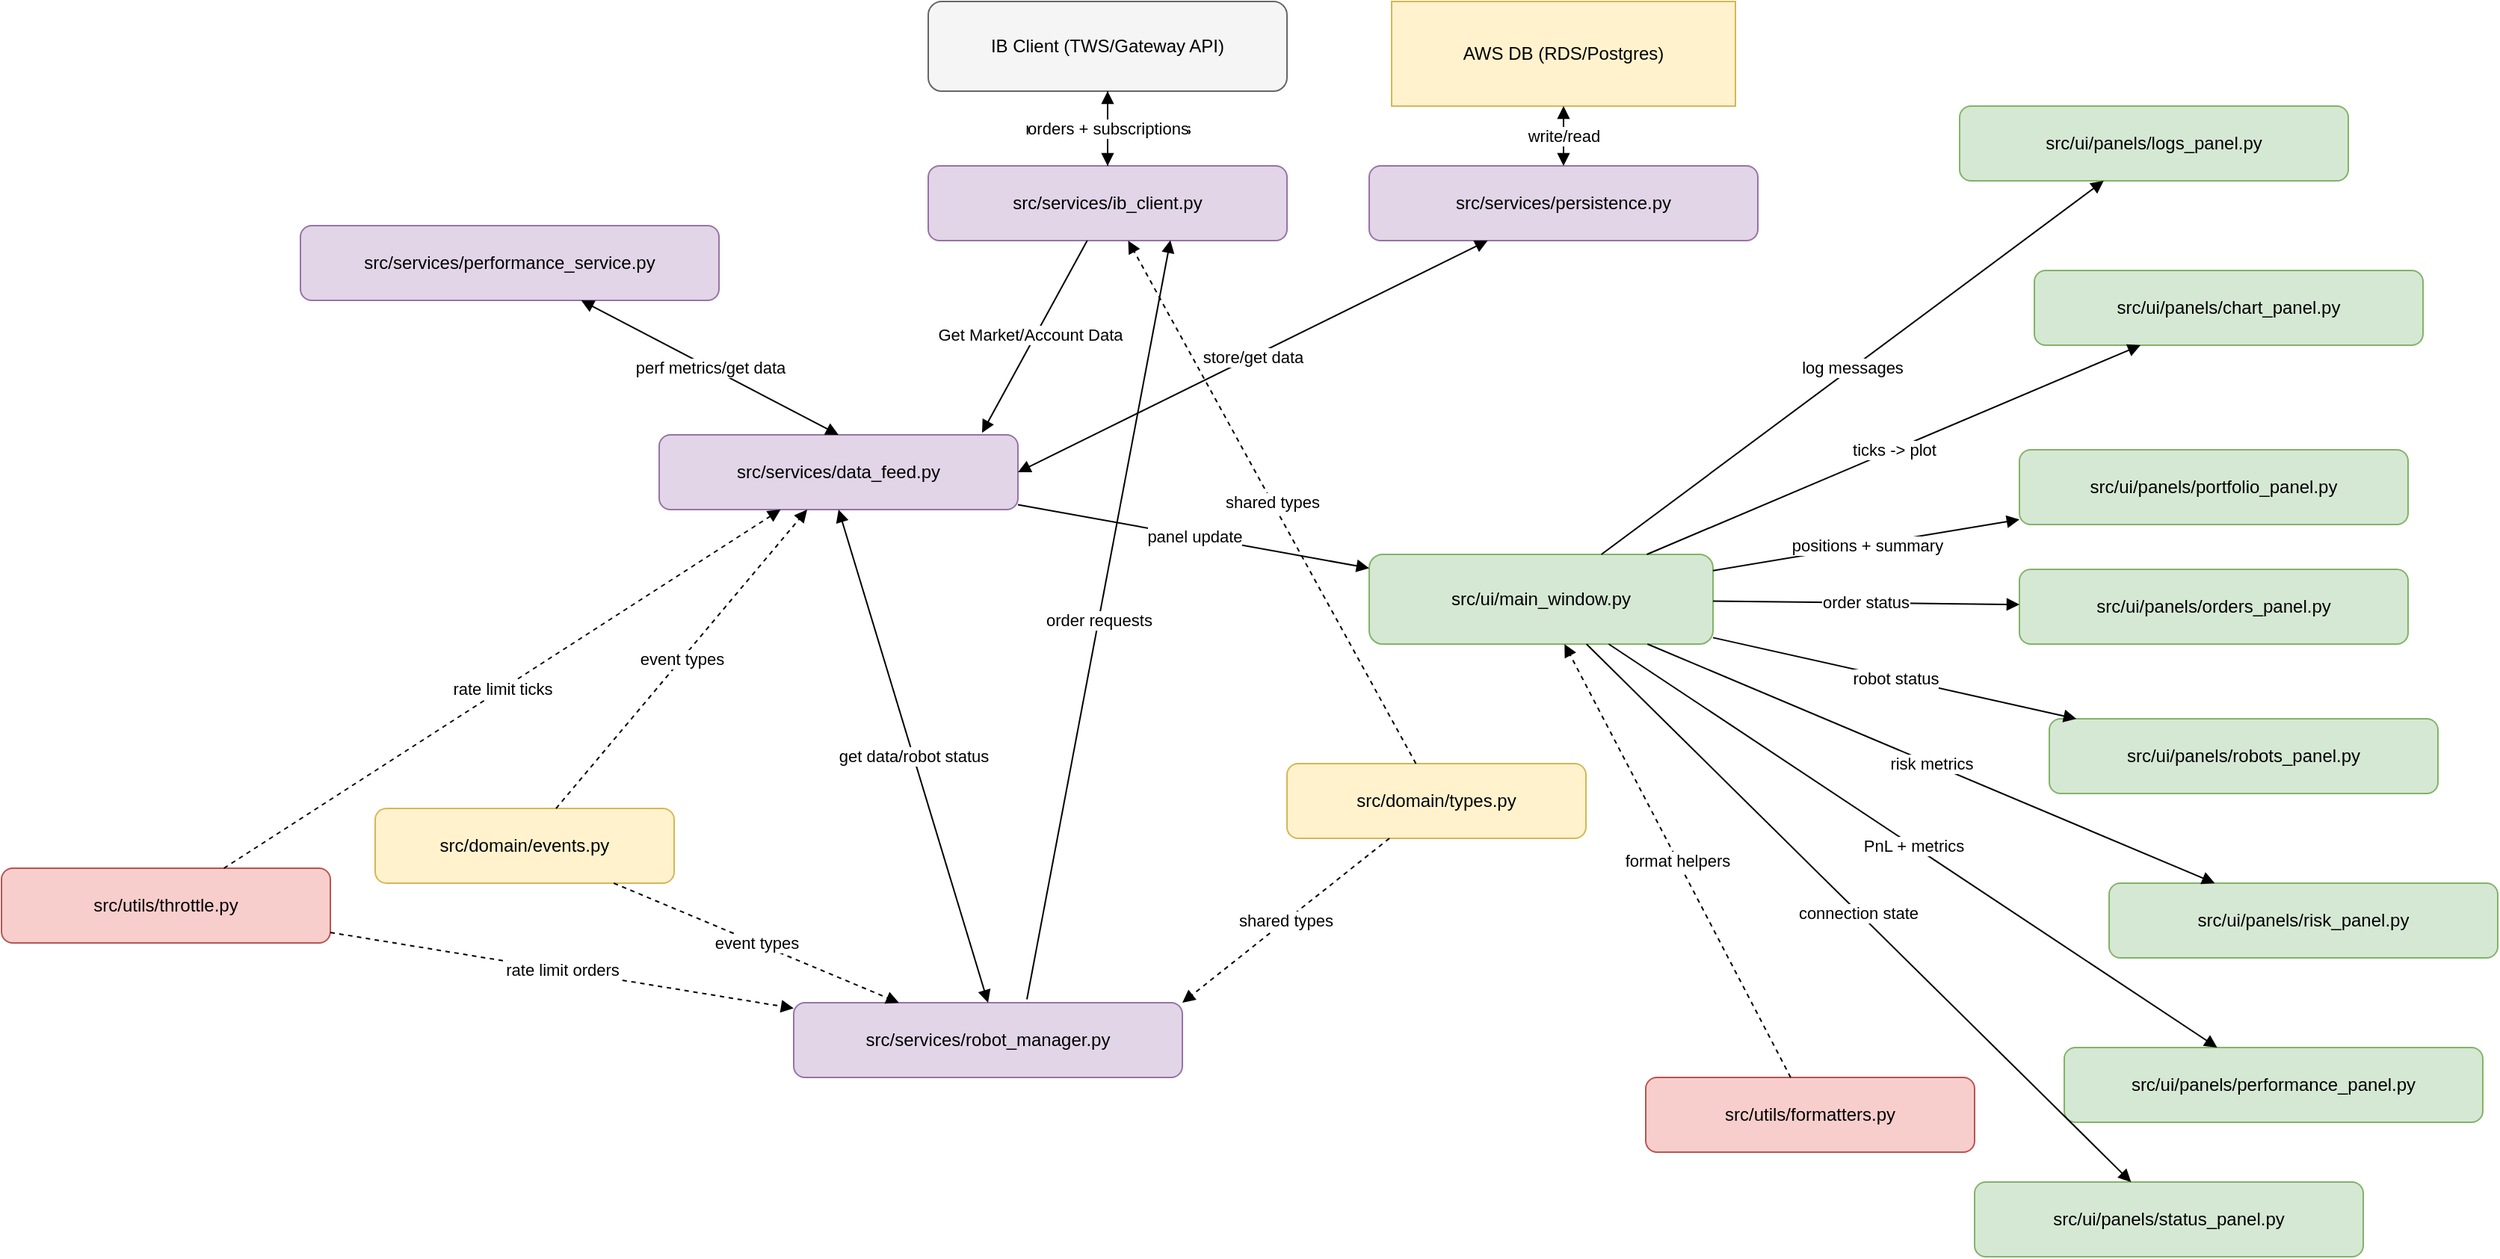
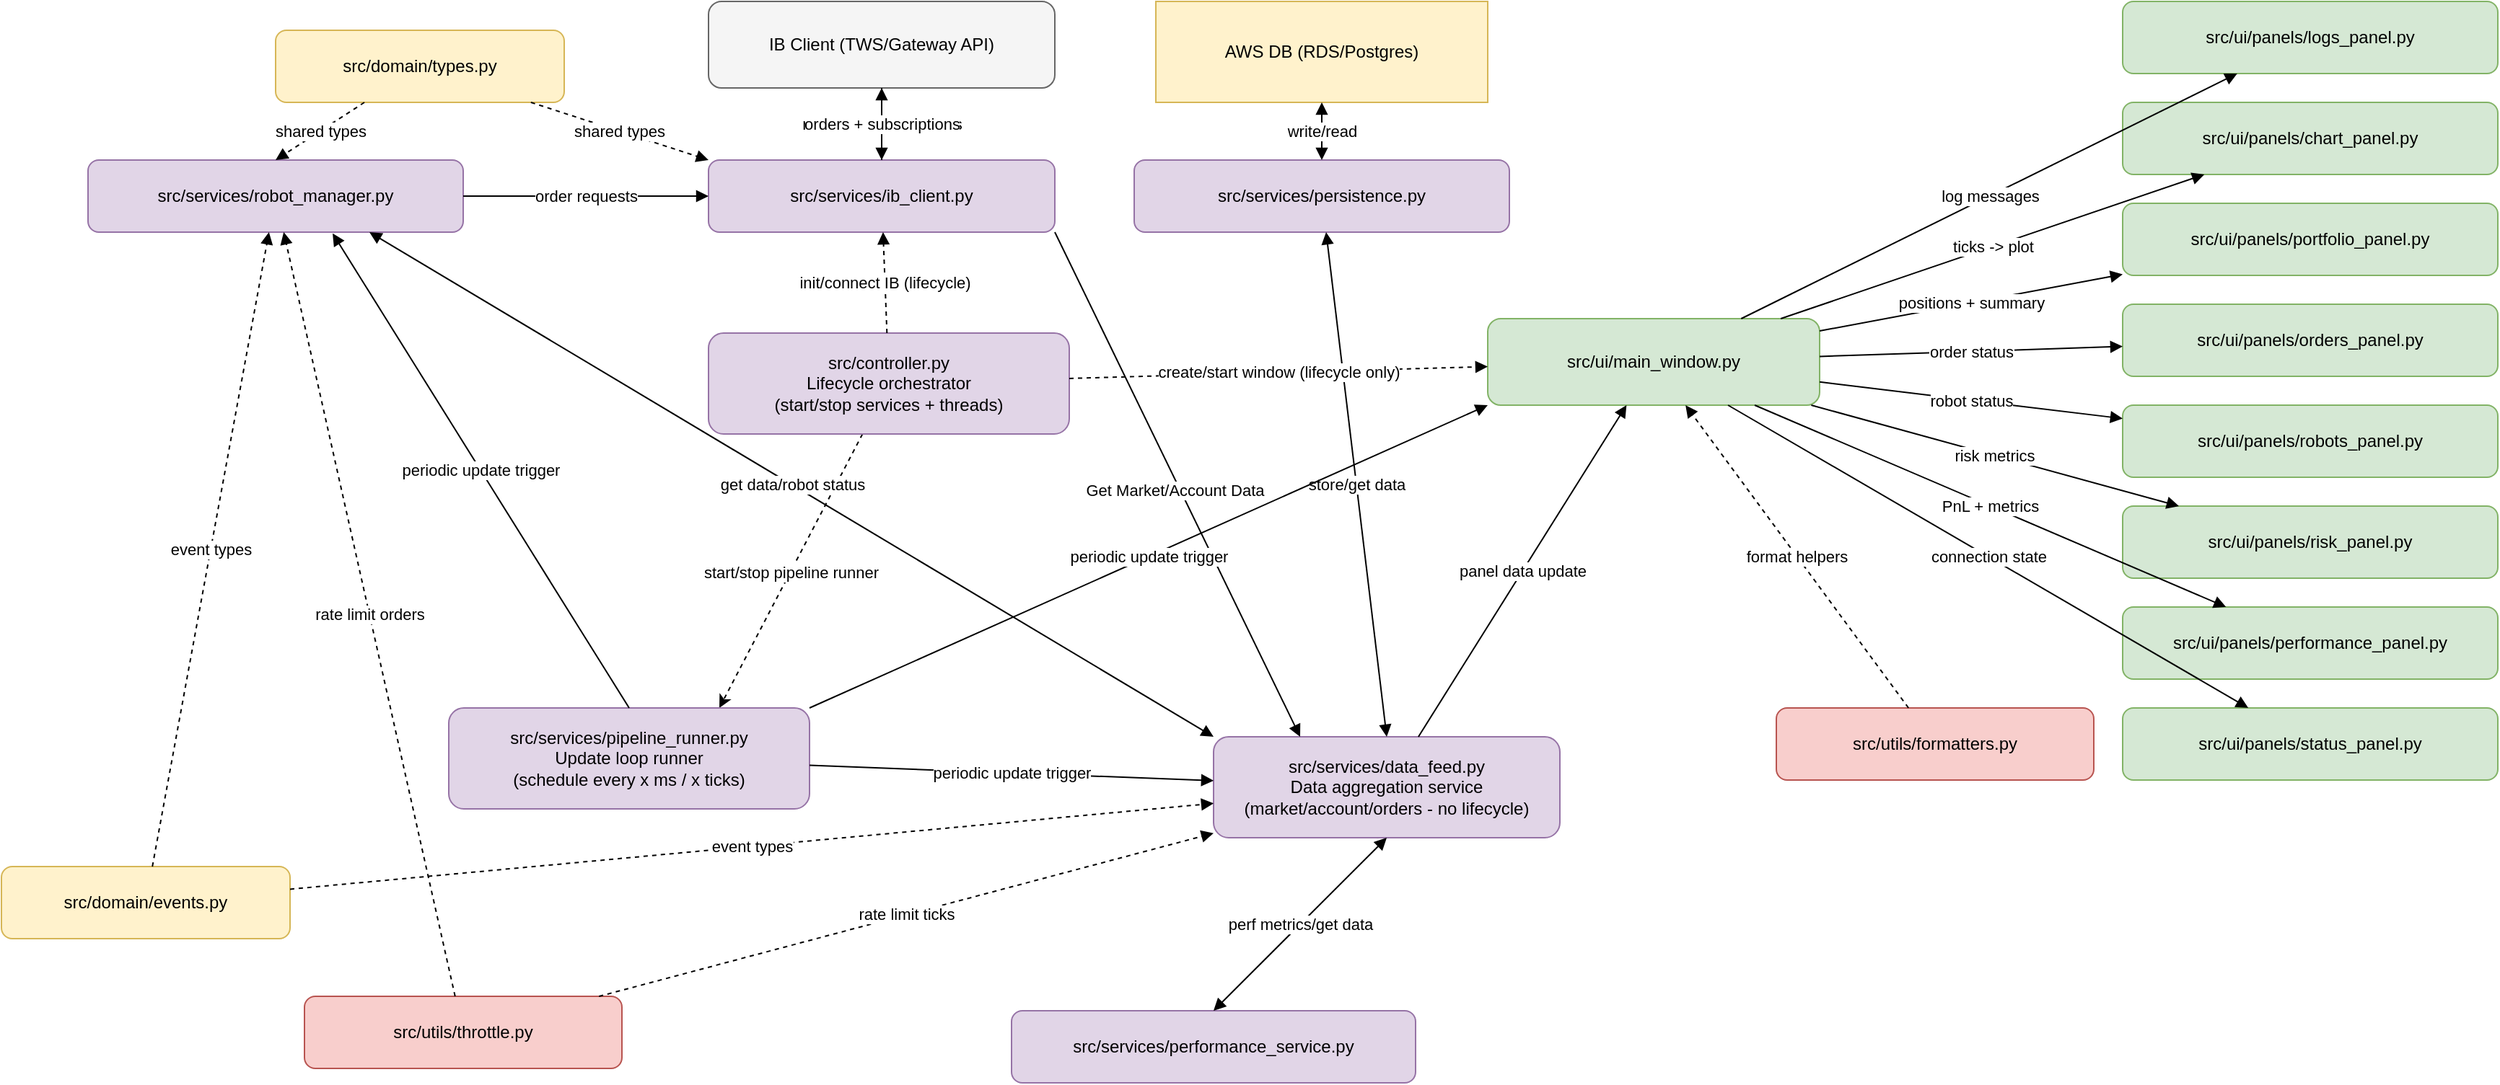
- <mxfile host="drawio-plugin" modified="2026-02-15T15:07:33.484Z" agent="Mozilla/5.0 (Windows NT 10.0; Win64; x64) AppleWebKit/537.36 (KHTML, like Gecko) Chrome/137.0.0.0 Safari/537.36" etag="xHz2d4mwzTQiwH0b1P23" version="22.1.22" type="embed">
+ ﻿<mxfile host="drawio-plugin" modified="2026-02-17T15:56:36.078Z" agent="Mozilla/5.0 (Windows NT 10.0; Win64; x64) AppleWebKit/537.36 (KHTML, like Gecko) Chrome/137.0.0.0 Safari/537.36" etag="17HLr8cwMhXqMvHtSmta" version="22.1.22" type="embed">
  <diagram id="dataflow-live" name="Live Trading Dataflow">
-     <mxGraphModel dx="2598" dy="914" grid="1" gridSize="10" guides="1" tooltips="1" connect="1" arrows="1" fold="1" page="1" pageScale="1" pageWidth="1600" pageHeight="900" math="0" shadow="0">
+     <mxGraphModel dx="2838" dy="914" grid="1" gridSize="10" guides="1" tooltips="1" connect="1" arrows="1" fold="1" page="1" pageScale="1" pageWidth="1600" pageHeight="900" math="0" shadow="0">
      <root>
        <mxCell id="0" />
        <mxCell id="1" parent="0" />
        <mxCell id="ui_main" value="src/ui/main_window.py" style="rounded=1;whiteSpace=wrap;html=1;fillColor=#d5e8d4;strokeColor=#82b366;" parent="1" vertex="1">
-           <mxGeometry x="655" y="370" width="230" height="60" as="geometry" />
+           <mxGeometry x="900" y="220" width="230" height="60" as="geometry" />
        </mxCell>
        <mxCell id="domain_events" value="src/domain/events.py" style="rounded=1;whiteSpace=wrap;html=1;fillColor=#fff2cc;strokeColor=#d6b656;" parent="1" vertex="1">
-           <mxGeometry x="-10" y="540" width="200" height="50" as="geometry" />
+           <mxGeometry x="-130" y="600" width="200" height="50" as="geometry" />
        </mxCell>
        <mxCell id="domain_types" value="src/domain/types.py" style="rounded=1;whiteSpace=wrap;html=1;fillColor=#fff2cc;strokeColor=#d6b656;" parent="1" vertex="1">
-           <mxGeometry x="600" y="510" width="200" height="50" as="geometry" />
+           <mxGeometry x="60" y="20" width="200" height="50" as="geometry" />
        </mxCell>
        <mxCell id="utils_formatters" value="src/utils/formatters.py" style="rounded=1;whiteSpace=wrap;html=1;fillColor=#f8cecc;strokeColor=#b85450;" parent="1" vertex="1">
-           <mxGeometry x="840" y="720" width="220" height="50" as="geometry" />
+           <mxGeometry x="1100" y="490" width="220" height="50" as="geometry" />
        </mxCell>
        <mxCell id="utils_throttle" value="src/utils/throttle.py" style="rounded=1;whiteSpace=wrap;html=1;fillColor=#f8cecc;strokeColor=#b85450;" parent="1" vertex="1">
-           <mxGeometry x="-260" y="580" width="220" height="50" as="geometry" />
+           <mxGeometry x="80" y="690" width="220" height="50" as="geometry" />
        </mxCell>
        <mxCell id="svc_ib_client" value="src/services/ib_client.py" style="rounded=1;whiteSpace=wrap;html=1;fillColor=#e1d5e7;strokeColor=#9673a6;" parent="1" vertex="1">
          <mxGeometry x="360" y="110" width="240" height="50" as="geometry" />
        </mxCell>
-         <mxCell id="svc_data_feed" value="src/services/data_feed.py" style="rounded=1;whiteSpace=wrap;html=1;fillColor=#e1d5e7;strokeColor=#9673a6;" parent="1" vertex="1">
-           <mxGeometry x="180" y="290" width="240" height="50" as="geometry" />
+         <mxCell id="7" style="rounded=0;orthogonalLoop=1;jettySize=auto;html=1;entryX=0.75;entryY=0;entryDx=0;entryDy=0;dashed=1;" parent="1" source="svc_controller" target="svc_pipeline_runner" edge="1">
+           <mxGeometry relative="1" as="geometry" />
+         </mxCell>
+         <mxCell id="8" value="start/stop pipeline runner" style="edgeLabel;html=1;align=center;verticalAlign=middle;resizable=0;points=[];" parent="7" vertex="1" connectable="0">
+           <mxGeometry x="0.0117" relative="1" as="geometry">
+             <mxPoint as="offset" />
+           </mxGeometry>
+         </mxCell>
+         <mxCell id="svc_data_feed" value="src/services/data_feed.py&lt;br&gt;Data aggregation service&lt;br&gt;(market/account/orders - no lifecycle)" style="rounded=1;whiteSpace=wrap;html=1;fillColor=#e1d5e7;strokeColor=#9673a6;" parent="1" vertex="1">
+           <mxGeometry x="710" y="510" width="240" height="70" as="geometry" />
        </mxCell>
        <mxCell id="svc_robot_mgr" value="src/services/robot_manager.py" style="rounded=1;whiteSpace=wrap;html=1;fillColor=#e1d5e7;strokeColor=#9673a6;" parent="1" vertex="1">
-           <mxGeometry x="270" y="670" width="260" height="50" as="geometry" />
+           <mxGeometry x="-70" y="110" width="260" height="50" as="geometry" />
        </mxCell>
        <mxCell id="svc_persistence" value="src/services/persistence.py" style="rounded=1;whiteSpace=wrap;html=1;fillColor=#e1d5e7;strokeColor=#9673a6;" parent="1" vertex="1">
          <mxGeometry x="655" y="110" width="260" height="50" as="geometry" />
        </mxCell>
        <mxCell id="svc_perf" value="src/services/performance_service.py" style="rounded=1;whiteSpace=wrap;html=1;fillColor=#e1d5e7;strokeColor=#9673a6;" parent="1" vertex="1">
-           <mxGeometry x="-60" y="150" width="280" height="50" as="geometry" />
+           <mxGeometry x="570" y="700" width="280" height="50" as="geometry" />
+         </mxCell>
+         <mxCell id="svc_controller" value="src/controller.py&lt;br&gt;Lifecycle orchestrator&lt;br&gt;(start/stop services + threads)" style="rounded=1;whiteSpace=wrap;html=1;fillColor=#e1d5e7;strokeColor=#9673a6;" parent="1" vertex="1">
+           <mxGeometry x="360" y="230" width="250" height="70" as="geometry" />
+         </mxCell>
+         <mxCell id="svc_pipeline_runner" value="src/services/pipeline_runner.py&lt;br&gt;Update loop runner&lt;br&gt;(schedule every x ms / x ticks)" style="rounded=1;whiteSpace=wrap;html=1;fillColor=#e1d5e7;strokeColor=#9673a6;" parent="1" vertex="1">
+           <mxGeometry x="180" y="490" width="250" height="70" as="geometry" />
        </mxCell>
        <mxCell id="panel_chart" value="src/ui/panels/chart_panel.py" style="rounded=1;whiteSpace=wrap;html=1;fillColor=#d5e8d4;strokeColor=#82b366;" parent="1" vertex="1">
-           <mxGeometry x="1100" y="180" width="260" height="50" as="geometry" />
+           <mxGeometry x="1340" y="70" width="260" height="50" as="geometry" />
        </mxCell>
        <mxCell id="panel_portfolio" value="src/ui/panels/portfolio_panel.py" style="rounded=1;whiteSpace=wrap;html=1;fillColor=#d5e8d4;strokeColor=#82b366;" parent="1" vertex="1">
-           <mxGeometry x="1090" y="300" width="260" height="50" as="geometry" />
+           <mxGeometry x="1340" y="140" width="260" height="50" as="geometry" />
        </mxCell>
        <mxCell id="panel_orders" value="src/ui/panels/orders_panel.py" style="rounded=1;whiteSpace=wrap;html=1;fillColor=#d5e8d4;strokeColor=#82b366;" parent="1" vertex="1">
-           <mxGeometry x="1090" y="380" width="260" height="50" as="geometry" />
+           <mxGeometry x="1340" y="210" width="260" height="50" as="geometry" />
        </mxCell>
        <mxCell id="panel_robots" value="src/ui/panels/robots_panel.py" style="rounded=1;whiteSpace=wrap;html=1;fillColor=#d5e8d4;strokeColor=#82b366;" parent="1" vertex="1">
-           <mxGeometry x="1110" y="480" width="260" height="50" as="geometry" />
+           <mxGeometry x="1340" y="280" width="260" height="50" as="geometry" />
        </mxCell>
        <mxCell id="panel_performance" value="src/ui/panels/performance_panel.py" style="rounded=1;whiteSpace=wrap;html=1;fillColor=#d5e8d4;strokeColor=#82b366;" parent="1" vertex="1">
-           <mxGeometry x="1120" y="700" width="280" height="50" as="geometry" />
+           <mxGeometry x="1340" y="420" width="260" height="50" as="geometry" />
        </mxCell>
        <mxCell id="panel_risk" value="src/ui/panels/risk_panel.py" style="rounded=1;whiteSpace=wrap;html=1;fillColor=#d5e8d4;strokeColor=#82b366;" parent="1" vertex="1">
-           <mxGeometry x="1150" y="590" width="260" height="50" as="geometry" />
+           <mxGeometry x="1340" y="350" width="260" height="50" as="geometry" />
        </mxCell>
        <mxCell id="panel_status" value="src/ui/panels/status_panel.py" style="rounded=1;whiteSpace=wrap;html=1;fillColor=#d5e8d4;strokeColor=#82b366;" parent="1" vertex="1">
-           <mxGeometry x="1060" y="790" width="260" height="50" as="geometry" />
+           <mxGeometry x="1340" y="490" width="260" height="50" as="geometry" />
        </mxCell>
        <mxCell id="panel_logs" value="src/ui/panels/logs_panel.py" style="rounded=1;whiteSpace=wrap;html=1;fillColor=#d5e8d4;strokeColor=#82b366;" parent="1" vertex="1">
-           <mxGeometry x="1050" y="70" width="260" height="50" as="geometry" />
+           <mxGeometry x="1340" width="260" height="50" as="geometry" />
        </mxCell>
        <mxCell id="ext_ib_client" value="IB Client (TWS/Gateway API)" style="rounded=1;whiteSpace=wrap;html=1;fillColor=#f5f5f5;strokeColor=#666666;" parent="1" vertex="1">
          <mxGeometry x="360" width="240" height="60" as="geometry" />
        </mxCell>
        <mxCell id="aws_db" value="AWS DB (RDS/Postgres)" style="shape=database;whiteSpace=wrap;html=1;fillColor=#fff2cc;strokeColor=#d6b656;" parent="1" vertex="1">
          <mxGeometry x="670" width="230" height="70" as="geometry" />
        </mxCell>
-         <mxCell id="edge_feed_persist" value="store/get data" style="endArrow=block;html=1;startArrow=block;startFill=1;exitX=1;exitY=0.5;exitDx=0;exitDy=0;" parent="1" source="svc_data_feed" target="svc_persistence" edge="1">
+         <mxCell id="edge_feed_persist" value="store/get data" style="endArrow=block;html=1;startArrow=block;startFill=1;exitX=0.5;exitY=0;exitDx=0;exitDy=0;" parent="1" source="svc_data_feed" target="svc_persistence" edge="1">
          <mxGeometry relative="1" as="geometry" />
        </mxCell>
-         <mxCell id="edge_robot_ib" value="order requests" style="endArrow=block;html=1;entryX=0.675;entryY=0.995;entryDx=0;entryDy=0;entryPerimeter=0;exitX=0.6;exitY=-0.045;exitDx=0;exitDy=0;exitPerimeter=0;" parent="1" source="svc_robot_mgr" target="svc_ib_client" edge="1">
+         <mxCell id="edge_robot_ib" value="order requests" style="endArrow=block;html=1;entryX=0;entryY=0.5;entryDx=0;entryDy=0;exitX=1;exitY=0.5;exitDx=0;exitDy=0;" parent="1" source="svc_robot_mgr" target="svc_ib_client" edge="1">
          <mxGeometry relative="1" as="geometry" />
        </mxCell>
        <mxCell id="edge_ib_ext_to_service" value="market/account/events" style="endArrow=block;html=1;" parent="1" source="ext_ib_client" target="svc_ib_client" edge="1">
          <mxGeometry relative="1" as="geometry" />
        </mxCell>
        <mxCell id="edge_service_to_ib_ext" value="orders + subscriptions" style="endArrow=block;html=1;dashed=1;" parent="1" source="svc_ib_client" target="ext_ib_client" edge="1">
          <mxGeometry relative="1" as="geometry" />
        </mxCell>
        <mxCell id="edge_persist_aws_db" value="write/read" style="endArrow=block;html=1;startArrow=block;startFill=1;" parent="1" source="svc_persistence" target="aws_db" edge="1">
          <mxGeometry relative="1" as="geometry" />
        </mxCell>
-         <mxCell id="edge_ib_ui" value="" style="endArrow=block;html=1;entryX=0.9;entryY=-0.027;entryDx=0;entryDy=0;startArrow=none;startFill=0;entryPerimeter=0;" parent="1" source="svc_ib_client" target="svc_data_feed" edge="1">
+         <mxCell id="edge_main_ctrl_ib" value="init/connect IB (lifecycle)" style="endArrow=block;html=1;dashed=1;" parent="1" source="svc_controller" target="svc_ib_client" edge="1">
          <mxGeometry relative="1" as="geometry" />
        </mxCell>
-         <mxCell id="3" value="Get Market/Account Data" style="edgeLabel;html=1;align=center;verticalAlign=middle;resizable=0;points=[];" vertex="1" connectable="0" parent="edge_ib_ui">
+         <mxCell id="edge_main_ctrl_ui" value="create/start window (lifecycle only)" style="endArrow=block;html=1;dashed=1;" parent="1" source="svc_controller" target="ui_main" edge="1">
+           <mxGeometry relative="1" as="geometry" />
+         </mxCell>
+         <mxCell id="edge_runner_feed" value="periodic update trigger" style="endArrow=block;html=1;" parent="1" source="svc_pipeline_runner" target="svc_data_feed" edge="1">
+           <mxGeometry relative="1" as="geometry" />
+         </mxCell>
+         <mxCell id="edge_ib_ui" value="" style="endArrow=block;html=1;entryX=0.25;entryY=0;entryDx=0;entryDy=0;startArrow=none;startFill=0;exitX=1;exitY=1;exitDx=0;exitDy=0;" parent="1" source="svc_ib_client" target="svc_data_feed" edge="1">
+           <mxGeometry relative="1" as="geometry" />
+         </mxCell>
+         <mxCell id="3" value="Get Market/Account Data" style="edgeLabel;html=1;align=center;verticalAlign=middle;resizable=0;points=[];" parent="edge_ib_ui" vertex="1" connectable="0">
          <mxGeometry x="0.0098" y="-4" relative="1" as="geometry">
            <mxPoint as="offset" />
          </mxGeometry>
        </mxCell>
-         <mxCell id="edge_feed_ui" value="panel update" style="endArrow=block;html=1;" parent="1" source="svc_data_feed" target="ui_main" edge="1">
+         <mxCell id="edge_feed_ui" value="panel data update" style="endArrow=block;html=1;" parent="1" source="svc_data_feed" target="ui_main" edge="1">
          <mxGeometry relative="1" as="geometry" />
        </mxCell>
-         <mxCell id="edge_robot_ui" value="get data/robot status" style="endArrow=block;html=1;entryX=0.5;entryY=1;entryDx=0;entryDy=0;exitX=0.5;exitY=0;exitDx=0;exitDy=0;startArrow=block;startFill=1;" parent="1" source="svc_robot_mgr" target="svc_data_feed" edge="1">
-           <mxGeometry relative="1" as="geometry" />
+         <mxCell id="edge_robot_ui" value="get data/robot status" style="endArrow=block;html=1;entryX=0;entryY=0;entryDx=0;entryDy=0;startArrow=block;startFill=1;exitX=0.75;exitY=1;exitDx=0;exitDy=0;" parent="1" source="svc_robot_mgr" target="svc_data_feed" edge="1">
+           <mxGeometry relative="1" as="geometry">
+             <mxPoint x="130" y="220" as="sourcePoint" />
+           </mxGeometry>
        </mxCell>
-         <mxCell id="edge_perf_ui" value="perf metrics/get data" style="endArrow=block;html=1;entryX=0.5;entryY=0;entryDx=0;entryDy=0;startArrow=block;startFill=1;" parent="1" source="svc_perf" target="svc_data_feed" edge="1">
+         <mxCell id="edge_perf_ui" value="perf metrics/get data" style="endArrow=block;html=1;entryX=0.5;entryY=1;entryDx=0;entryDy=0;startArrow=block;startFill=1;exitX=0.5;exitY=0;exitDx=0;exitDy=0;" parent="1" source="svc_perf" target="svc_data_feed" edge="1">
          <mxGeometry relative="1" as="geometry" />
        </mxCell>
        <mxCell id="edge_ui_chart" value="ticks -&gt; plot" style="endArrow=block;html=1;" parent="1" source="ui_main" target="panel_chart" edge="1">
          <mxGeometry relative="1" as="geometry" />
        </mxCell>
        <mxCell id="edge_ui_portfolio" value="positions + summary" style="endArrow=block;html=1;" parent="1" source="ui_main" target="panel_portfolio" edge="1">
          <mxGeometry relative="1" as="geometry" />
        </mxCell>
        <mxCell id="edge_ui_orders" value="order status" style="endArrow=block;html=1;" parent="1" source="ui_main" target="panel_orders" edge="1">
          <mxGeometry relative="1" as="geometry" />
        </mxCell>
        <mxCell id="edge_ui_robots" value="robot status" style="endArrow=block;html=1;" parent="1" source="ui_main" target="panel_robots" edge="1">
          <mxGeometry relative="1" as="geometry" />
        </mxCell>
        <mxCell id="edge_ui_perf" value="PnL + metrics" style="endArrow=block;html=1;" parent="1" source="ui_main" target="panel_performance" edge="1">
          <mxGeometry relative="1" as="geometry" />
        </mxCell>
        <mxCell id="edge_ui_risk" value="risk metrics" style="endArrow=block;html=1;" parent="1" source="ui_main" target="panel_risk" edge="1">
          <mxGeometry relative="1" as="geometry" />
        </mxCell>
        <mxCell id="edge_ui_status" value="connection state" style="endArrow=block;html=1;" parent="1" source="ui_main" target="panel_status" edge="1">
          <mxGeometry relative="1" as="geometry" />
        </mxCell>
        <mxCell id="edge_ui_logs" value="log messages" style="endArrow=block;html=1;" parent="1" source="ui_main" target="panel_logs" edge="1">
          <mxGeometry relative="1" as="geometry" />
        </mxCell>
        <mxCell id="edge_formatters_ui" value="format helpers" style="endArrow=block;html=1;dashed=1;" parent="1" source="utils_formatters" target="ui_main" edge="1">
          <mxGeometry relative="1" as="geometry" />
        </mxCell>
        <mxCell id="edge_throttle_feed" value="rate limit ticks" style="endArrow=block;html=1;dashed=1;" parent="1" source="utils_throttle" target="svc_data_feed" edge="1">
          <mxGeometry relative="1" as="geometry" />
        </mxCell>
        <mxCell id="edge_throttle_robot" value="rate limit orders" style="endArrow=block;html=1;dashed=1;" parent="1" source="utils_throttle" target="svc_robot_mgr" edge="1">
          <mxGeometry relative="1" as="geometry" />
        </mxCell>
-         <mxCell id="edge_domain_types_ib" value="shared types" style="endArrow=block;html=1;dashed=1;" parent="1" source="domain_types" target="svc_ib_client" edge="1">
+         <mxCell id="edge_domain_types_ib" value="shared types" style="endArrow=block;html=1;dashed=1;entryX=0;entryY=0;entryDx=0;entryDy=0;" parent="1" source="domain_types" target="svc_ib_client" edge="1">
          <mxGeometry relative="1" as="geometry" />
        </mxCell>
-         <mxCell id="edge_domain_types_robot" value="shared types" style="endArrow=block;html=1;dashed=1;entryX=1;entryY=0;entryDx=0;entryDy=0;" parent="1" source="domain_types" target="svc_robot_mgr" edge="1">
+         <mxCell id="edge_domain_types_robot" value="shared types" style="endArrow=block;html=1;dashed=1;entryX=0.5;entryY=0;entryDx=0;entryDy=0;" parent="1" source="domain_types" target="svc_robot_mgr" edge="1">
          <mxGeometry relative="1" as="geometry" />
        </mxCell>
        <mxCell id="edge_domain_events_feed" value="event types" style="endArrow=block;html=1;dashed=1;" parent="1" source="domain_events" target="svc_data_feed" edge="1">
          <mxGeometry relative="1" as="geometry" />
        </mxCell>
        <mxCell id="edge_domain_events_robot" value="event types" style="endArrow=block;html=1;dashed=1;" parent="1" source="domain_events" target="svc_robot_mgr" edge="1">
          <mxGeometry relative="1" as="geometry" />
        </mxCell>
+         <mxCell id="9" value="periodic update trigger" style="endArrow=block;html=1;entryX=0.652;entryY=1.017;entryDx=0;entryDy=0;entryPerimeter=0;exitX=0.5;exitY=0;exitDx=0;exitDy=0;" edge="1" parent="1" source="svc_pipeline_runner" target="svc_robot_mgr">
+           <mxGeometry relative="1" as="geometry">
+             <mxPoint x="430" y="586" as="sourcePoint" />
+             <mxPoint x="720" y="564" as="targetPoint" />
+           </mxGeometry>
+         </mxCell>
+         <mxCell id="10" value="periodic update trigger" style="endArrow=block;html=1;exitX=1;exitY=0;exitDx=0;exitDy=0;entryX=0;entryY=1;entryDx=0;entryDy=0;" edge="1" parent="1" source="svc_pipeline_runner" target="ui_main">
+           <mxGeometry relative="1" as="geometry">
+             <mxPoint x="440" y="540" as="sourcePoint" />
+             <mxPoint x="720" y="550" as="targetPoint" />
+           </mxGeometry>
+         </mxCell>
      </root>
    </mxGraphModel>
  </diagram>
</mxfile>
